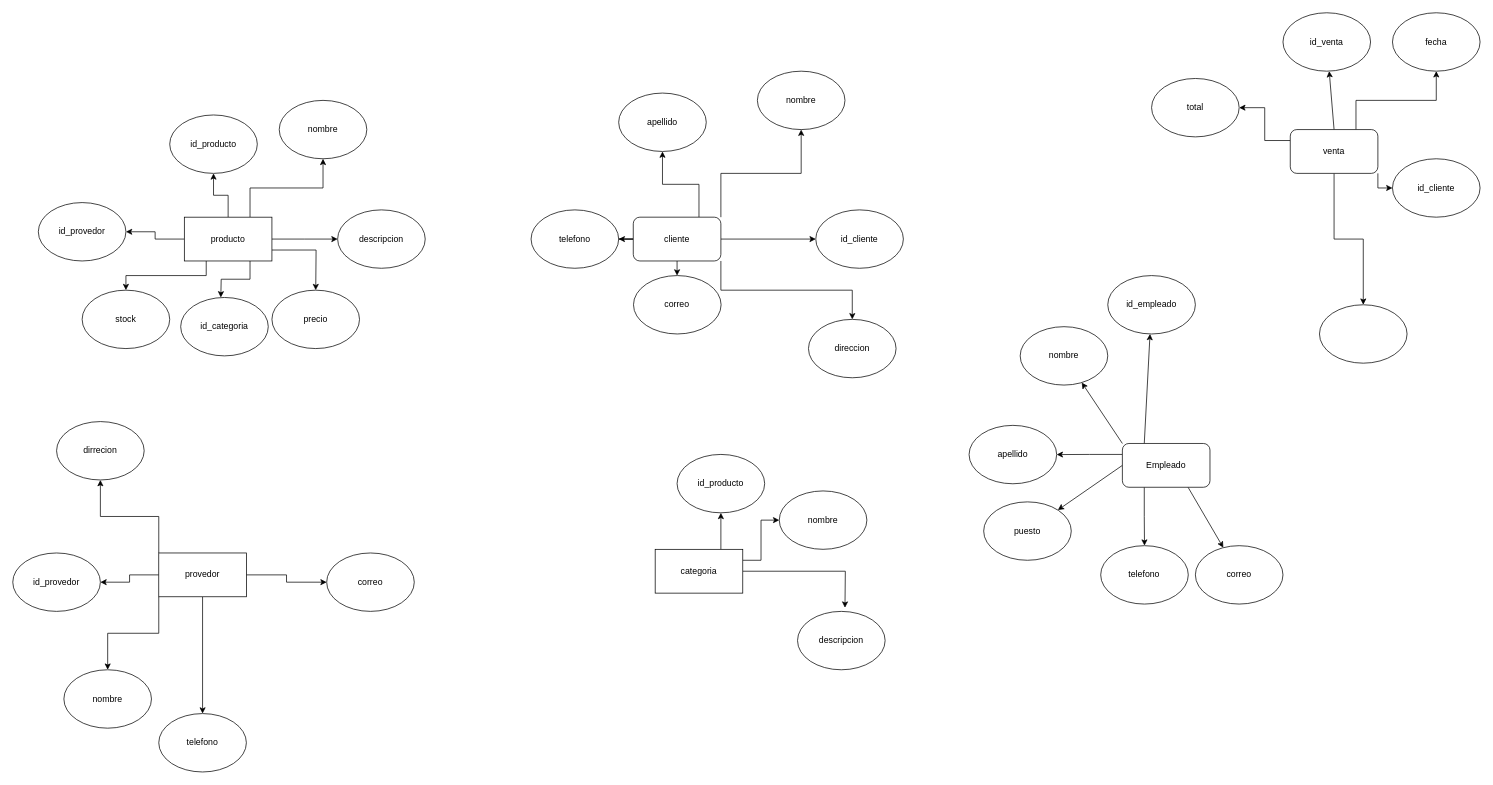
Earlier version of the draw.io diagram proyecto 2.drawio (Rey24179/proyecto_db_2). Source tidied: cells renumbered, new cells numbered last; positions are measured from the earlier drawing's top-left corner, leaving out a move shared by most shapes. Both pictures are drawn from the tidied source at 73%, with x=0, y=0 at pixel (12, 12).
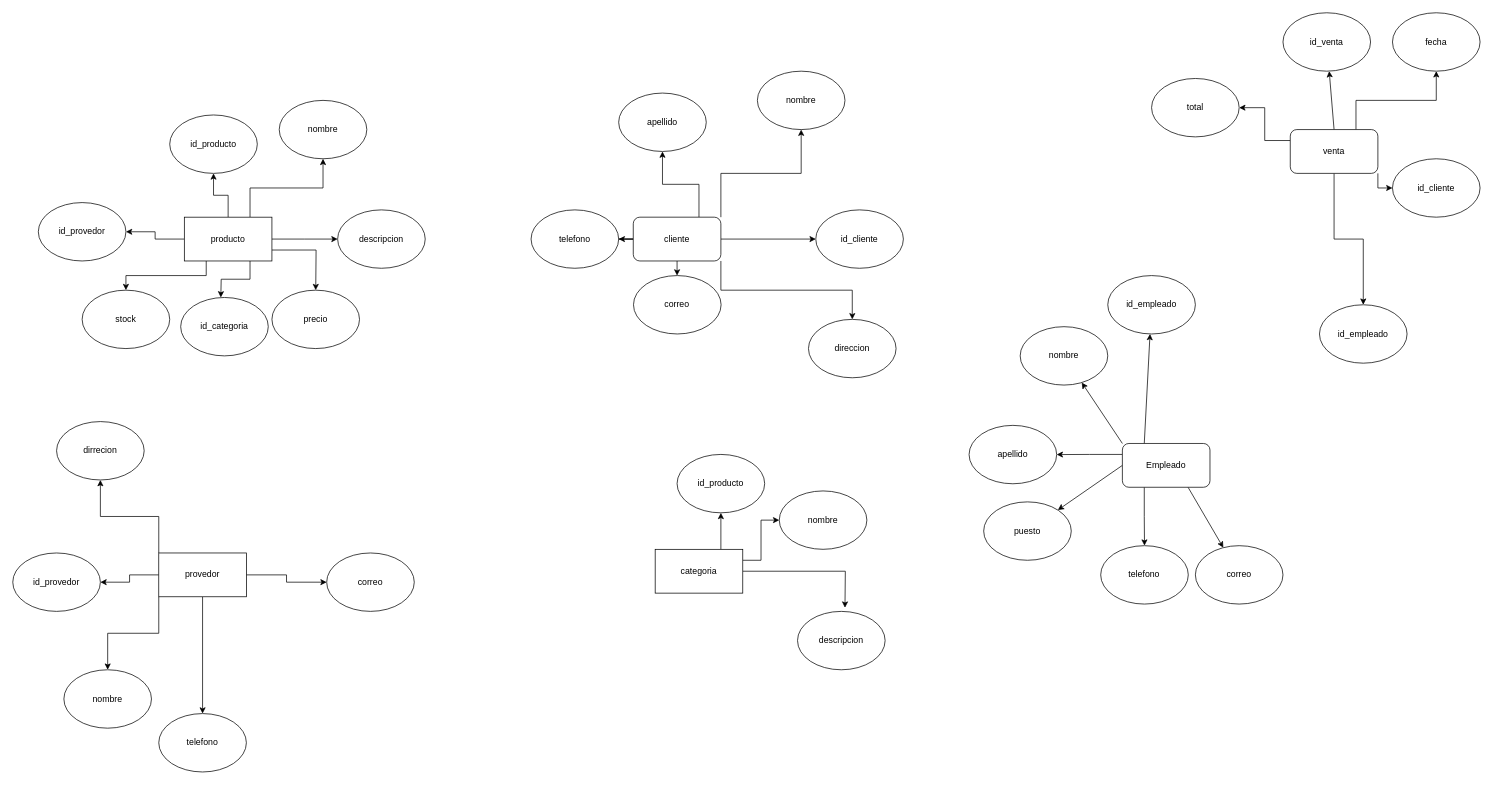
The same diagram, later.

What changed in the source:
```diff
@@
-    <mxCell id="71" style="ellipse;whiteSpace=wrap;html=1;" parent="1" vertex="1">
+    <mxCell id="71" value="id_empleado" style="ellipse;whiteSpace=wrap;html=1;" parent="1" vertex="1">
       <mxGeometry x="1790" y="400" width="120" height="80" as="geometry" />
     </mxCell>
```
